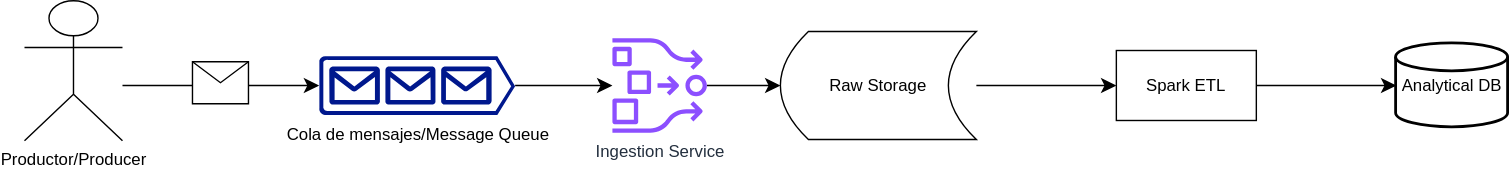
The draw.io diagram diagrams/event.svg in Joel-gallo/producer_kafka, before a commit. Source tidied: cells renumbered, new cells last; positions are measured from the earlier drawing's top-left corner, leaving out a move shared by most shapes.
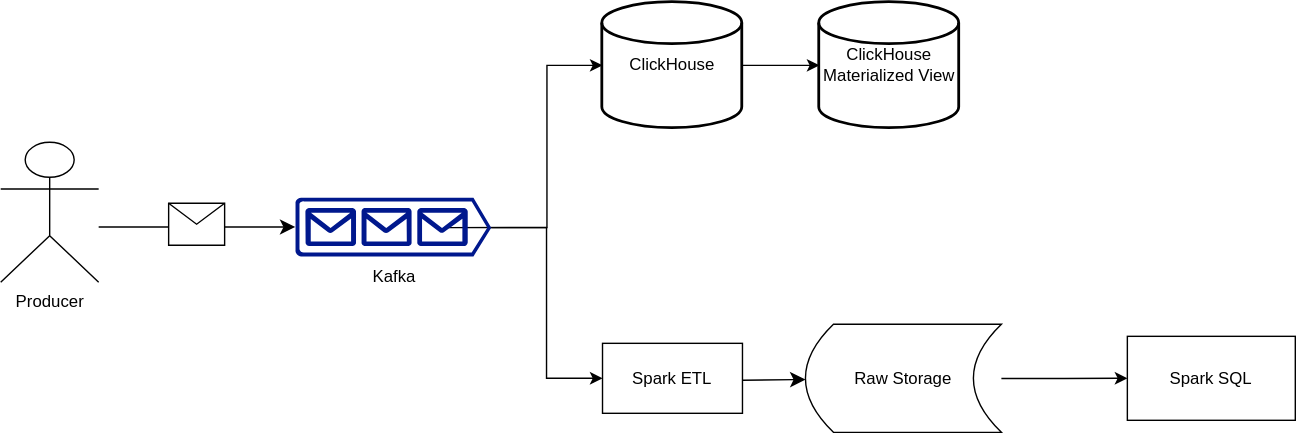
After the commit.

The edit, as a diff of the source:
```diff
@@ -2,7 +2,7 @@
   <root>
     <mxCell id="0" />
     <mxCell id="1" parent="0" />
-    <mxCell id="2" value="Productor/Producer" style="shape=umlActor;verticalLabelPosition=bottom;verticalAlign=top;html=1;outlineConnect=0;" parent="1" vertex="1">
+    <mxCell id="2" value="Producer" style="shape=umlActor;verticalLabelPosition=bottom;verticalAlign=top;html=1;outlineConnect=0;" parent="1" vertex="1">
       <mxGeometry width="70" height="100" as="geometry" />
     </mxCell>
     <mxCell id="3" style="endArrow=classic;html=1;rounded=0;fontSize=12;startSize=8;endSize=8;curved=1;entryX=0;entryY=0.5;entryDx=0;entryDy=0;entryPerimeter=0;noEdgeStyle=1;orthogonal=1;" parent="1" edge="1" source="2" target="6">
@@ -18,42 +18,46 @@
         <mxPoint x="-20" y="-17" as="offset" />
       </mxGeometry>
     </mxCell>
-    <mxCell id="5" style="edgeStyle=none;curved=1;rounded=0;jettySize=auto;html=1;fontSize=12;startSize=8;endSize=8;" parent="1" edge="1" source="6" target="8">
-      <mxGeometry relative="1" as="geometry" />
-    </mxCell>
+    <mxCell id="14" style="edgeStyle=orthogonalEdgeStyle;rounded=0;jettySize=auto;html=1;exitX=1;exitY=0.51;exitDx=0;exitDy=0;exitPerimeter=0;entryX=0;entryY=0.5;entryDx=0;entryDy=0;" parent="1" edge="1" target="13">
+      <mxGeometry relative="1" as="geometry">
+        <mxPoint x="320" y="60.9" as="sourcePoint" />
+        <Array as="points">
+          <mxPoint x="390" y="61" />
+          <mxPoint x="390" y="169" />
+        </Array>
+      </mxGeometry>
+    </mxCell>
+    <mxCell id="15" style="edgeStyle=orthogonalEdgeStyle;rounded=0;jettySize=auto;html=1;exitX=1;exitY=0.51;exitDx=0;exitDy=0;exitPerimeter=0;entryX=0;entryY=0.5;entryDx=0;entryDy=0;entryPerimeter=0;" parent="1" edge="1" source="6" target="11">
+      <mxGeometry relative="1" as="geometry" />
+    </mxCell>
-    <mxCell id="6" value="Cola de mensajes/Message Queue" style="sketch=0;shadow=0;dashed=0;html=1;strokeColor=none;labelPosition=center;verticalLabelPosition=bottom;verticalAlign=top;align=center;fillColor=#00188D;shape=mxgraph.azure.queue_generic;" parent="1" vertex="1">
+    <mxCell id="6" value="Kafka" style="sketch=0;shadow=0;dashed=0;html=1;strokeColor=none;labelPosition=center;verticalLabelPosition=bottom;verticalAlign=top;align=center;fillColor=#00188D;shape=mxgraph.azure.queue_generic;" parent="1" vertex="1">
       <mxGeometry x="210.5" y="39.5" width="140" height="42" as="geometry" />
     </mxCell>
-    <mxCell id="7" style="edgeStyle=none;curved=1;rounded=0;jettySize=auto;html=1;fontSize=12;startSize=8;endSize=8;" parent="1" edge="1" source="8" target="10">
-      <mxGeometry relative="1" as="geometry" />
+    <mxCell id="7" style="edgeStyle=none;curved=1;rounded=0;jettySize=auto;html=1;fontSize=12;startSize=8;endSize=8;" parent="1" edge="1" target="10">
+      <mxGeometry relative="1" as="geometry">
+        <mxPoint x="530" y="170" as="sourcePoint" />
+      </mxGeometry>
     </mxCell>
-    <mxCell id="8" value="Ingestion Service" style="sketch=0;outlineConnect=0;fontColor=#232F3E;gradientColor=none;fillColor=#8C4FFF;strokeColor=none;dashed=0;verticalLabelPosition=bottom;verticalAlign=top;align=center;html=1;fontSize=12;fontStyle=0;shape=mxgraph.aws4.opensearch_ingestion;" parent="1" vertex="1">
-      <mxGeometry x="420" y="26.8" width="67.5" height="67.5" as="geometry" />
-    </mxCell>
-    <mxCell id="9" style="edgeStyle=none;curved=1;rounded=0;jettySize=auto;html=1;exitX=1;exitY=0.5;exitDx=0;exitDy=0;entryX=0;entryY=0.5;entryDx=0;entryDy=0;fontSize=12;startSize=8;endSize=8;noEdgeStyle=1;orthogonal=1;" parent="1" edge="1" source="10" target="13">
-      <mxGeometry relative="1" as="geometry">
-        <Array as="points">
-          <mxPoint x="692" y="60.5" />
-          <mxPoint x="768" y="60.5" />
-        </Array>
-      </mxGeometry>
-    </mxCell>
+    <mxCell id="16" style="edgeStyle=orthogonalEdgeStyle;rounded=0;jettySize=auto;html=1;" parent="1" edge="1" source="10" target="19">
+      <mxGeometry relative="1" as="geometry" />
+    </mxCell>
     <mxCell id="10" value="Raw Storage" style="shape=dataStorage;whiteSpace=wrap;html=1;fixedSize=1;" parent="1" vertex="1">
-      <mxGeometry x="540" y="21.9" width="140" height="77.2" as="geometry" />
+      <mxGeometry x="575" y="130" width="140" height="77.2" as="geometry" />
     </mxCell>
-    <mxCell id="11" value="Analytical DB" style="strokeWidth=2;html=1;shape=mxgraph.flowchart.database;whiteSpace=wrap;" parent="1" vertex="1">
-      <mxGeometry x="980" y="30.5" width="80" height="60" as="geometry" />
+    <mxCell id="11" value="ClickHouse" style="strokeWidth=2;html=1;shape=mxgraph.flowchart.database;whiteSpace=wrap;" parent="1" vertex="1">
+      <mxGeometry x="430" y="-100" width="100" height="90" as="geometry" />
     </mxCell>
-    <mxCell id="12" style="edgeStyle=none;curved=1;rounded=0;jettySize=auto;html=1;fontSize=12;startSize=8;endSize=8;noEdgeStyle=1;orthogonal=1;" parent="1" edge="1" source="13" target="11">
-      <mxGeometry relative="1" as="geometry">
-        <Array as="points">
-          <mxPoint x="892" y="60.5" />
-          <mxPoint x="968" y="60.5" />
-        </Array>
-      </mxGeometry>
-    </mxCell>
     <mxCell id="13" value="Spark ETL" style="html=1;dashed=0;whiteSpace=wrap;" parent="1" vertex="1">
-      <mxGeometry x="780" y="35.5" width="100" height="50" as="geometry" />
+      <mxGeometry x="430" y="143.6" width="100" height="50" as="geometry" />
     </mxCell>
+    <mxCell id="17" value="ClickHouse Materialized View" style="strokeWidth=2;html=1;shape=mxgraph.flowchart.database;whiteSpace=wrap;" parent="1" vertex="1">
+      <mxGeometry x="585" y="-100" width="100" height="90" as="geometry" />
+    </mxCell>
+    <mxCell id="18" style="edgeStyle=orthogonalEdgeStyle;rounded=0;jettySize=auto;html=1;entryX=0;entryY=0.5;entryDx=0;entryDy=0;entryPerimeter=0;" parent="1" edge="1" source="11" target="17">
+      <mxGeometry relative="1" as="geometry" />
+    </mxCell>
+    <mxCell id="19" value="Spark SQL" style="whiteSpace=wrap;html=1;" parent="1" vertex="1">
+      <mxGeometry x="805" y="138.6" width="120" height="60" as="geometry" />
+    </mxCell>
   </root>
 </mxGraphModel>
```
